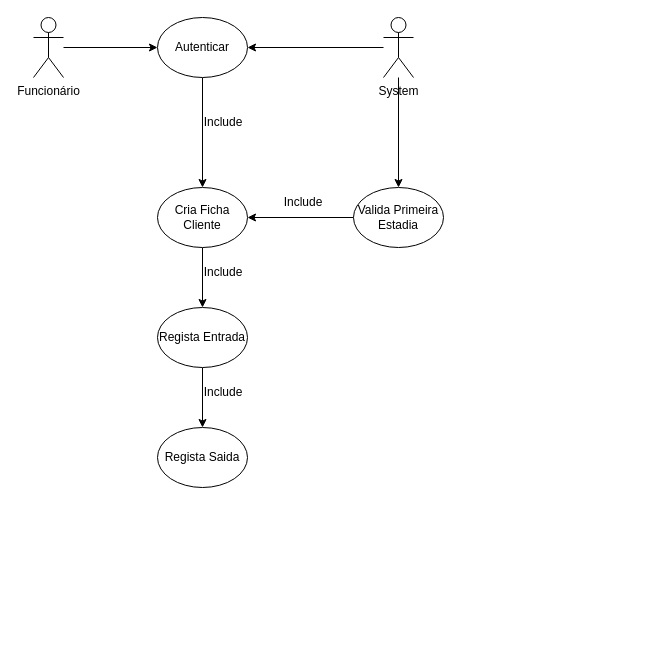
Above: Praticas/pratica3.drawio in joaoabreu1/tpsi-progoo-2074622 (draw.io), before the change. Source tidied: cells renumbered, new cells numbered last; positions are measured from the earlier drawing's top-left corner, leaving out a move shared by most shapes. Both pictures are drawn from the tidied source at 100%, with x=0, y=0 at pixel (33, 17).
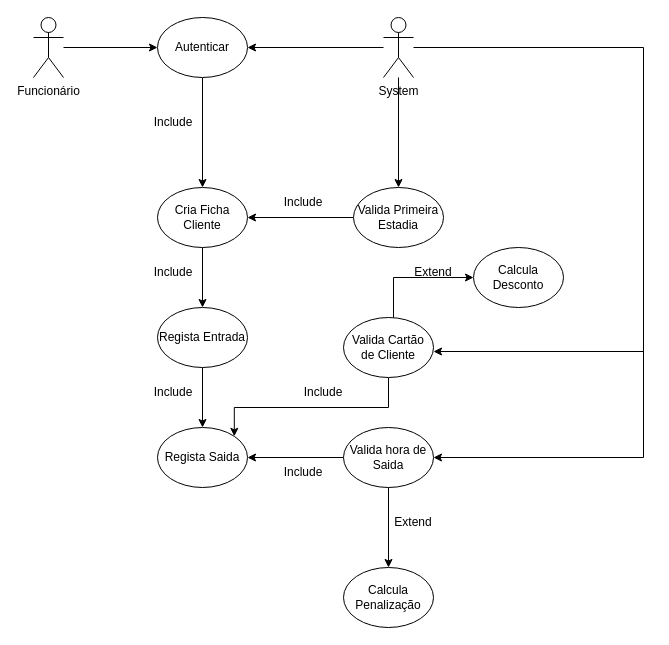
The same page after the edit.

The change refers to these unchanged cells:
```xml
<mxCell id="8" value="System" style="shape=umlActor;verticalLabelPosition=bottom;verticalAlign=top;html=1;outlineConnect=0;" parent="1" vertex="1">
  <mxGeometry x="350" width="30" height="60" as="geometry" />
</mxCell>
<mxCell id="17" value="Regista Saida" style="ellipse;whiteSpace=wrap;html=1;" parent="1" vertex="1">
  <mxGeometry x="124" y="410" width="90" height="60" as="geometry" />
</mxCell>
```

Diff of the diagram source:
```diff
@@
     <mxCell id="14" value="Include" style="text;html=1;align=center;verticalAlign=middle;whiteSpace=wrap;rounded=0;" parent="1" vertex="1">
-      <mxGeometry x="160" y="90" width="60" height="30" as="geometry" />
+      <mxGeometry x="110" y="90" width="60" height="30" as="geometry" />
     </mxCell>
@@
     <mxCell id="18" value="Include" style="text;html=1;align=center;verticalAlign=middle;whiteSpace=wrap;rounded=0;" parent="1" vertex="1">
-      <mxGeometry x="160" y="240" width="60" height="30" as="geometry" />
+      <mxGeometry x="110" y="240" width="60" height="30" as="geometry" />
     </mxCell>
     <mxCell id="19" value="Include" style="text;html=1;align=center;verticalAlign=middle;whiteSpace=wrap;rounded=0;" parent="1" vertex="1">
-      <mxGeometry x="160" y="360" width="60" height="30" as="geometry" />
+      <mxGeometry x="110" y="360" width="60" height="30" as="geometry" />
     </mxCell>
+    <mxCell id="20" style="edgeStyle=orthogonalEdgeStyle;rounded=0;jettySize=auto;html=1;entryX=1;entryY=0.5;entryDx=0;entryDy=0;" parent="1" edge="1" source="22" target="17">
+      <mxGeometry relative="1" as="geometry" />
+    </mxCell>
+    <mxCell id="21" style="edgeStyle=orthogonalEdgeStyle;rounded=0;jettySize=auto;html=1;entryX=0.5;entryY=0;entryDx=0;entryDy=0;" parent="1" edge="1" source="22" target="25">
+      <mxGeometry relative="1" as="geometry" />
+    </mxCell>
+    <mxCell id="22" value="Valida hora de Saida" style="ellipse;whiteSpace=wrap;html=1;" parent="1" vertex="1">
+      <mxGeometry x="310" y="410" width="90" height="60" as="geometry" />
+    </mxCell>
+    <mxCell id="23" style="edgeStyle=orthogonalEdgeStyle;rounded=0;jettySize=auto;html=1;entryX=1;entryY=0.5;entryDx=0;entryDy=0;" parent="1" edge="1" source="8" target="22">
+      <mxGeometry relative="1" as="geometry">
+        <Array as="points">
+          <mxPoint x="610" y="30" />
+          <mxPoint x="610" y="440" />
+        </Array>
+      </mxGeometry>
+    </mxCell>
+    <mxCell id="24" value="Include" style="text;html=1;align=center;verticalAlign=middle;whiteSpace=wrap;rounded=0;" parent="1" vertex="1">
+      <mxGeometry x="240" y="440" width="60" height="30" as="geometry" />
+    </mxCell>
+    <mxCell id="25" value="Calcula Penalização" style="ellipse;whiteSpace=wrap;html=1;" parent="1" vertex="1">
+      <mxGeometry x="310" y="550" width="90" height="60" as="geometry" />
+    </mxCell>
+    <mxCell id="26" value="Extend" style="text;html=1;align=center;verticalAlign=middle;whiteSpace=wrap;rounded=0;" parent="1" vertex="1">
+      <mxGeometry x="350" y="490" width="60" height="30" as="geometry" />
+    </mxCell>
+    <mxCell id="27" style="edgeStyle=orthogonalEdgeStyle;rounded=0;jettySize=auto;html=1;entryX=1;entryY=0;entryDx=0;entryDy=0;" parent="1" edge="1" source="29" target="17">
+      <mxGeometry relative="1" as="geometry">
+        <Array as="points">
+          <mxPoint x="355" y="390" />
+          <mxPoint x="201" y="390" />
+        </Array>
+      </mxGeometry>
+    </mxCell>
+    <mxCell id="28" style="edgeStyle=orthogonalEdgeStyle;rounded=0;jettySize=auto;html=1;entryX=0;entryY=0.5;entryDx=0;entryDy=0;" parent="1" edge="1" source="29" target="32">
+      <mxGeometry relative="1" as="geometry">
+        <Array as="points">
+          <mxPoint x="360" y="260" />
+        </Array>
+      </mxGeometry>
+    </mxCell>
+    <mxCell id="29" value="Valida Cartão de Cliente" style="ellipse;whiteSpace=wrap;html=1;" parent="1" vertex="1">
+      <mxGeometry x="310" y="300" width="90" height="60" as="geometry" />
+    </mxCell>
+    <mxCell id="30" value="Include" style="text;html=1;align=center;verticalAlign=middle;whiteSpace=wrap;rounded=0;" parent="1" vertex="1">
+      <mxGeometry x="260" y="360" width="60" height="30" as="geometry" />
+    </mxCell>
+    <mxCell id="31" style="edgeStyle=orthogonalEdgeStyle;rounded=0;orthogonalLoop=1;jettySize=auto;html=1;entryX=1;entryY=0.5;entryDx=0;entryDy=0;" parent="1" edge="1">
+      <mxGeometry relative="1" as="geometry">
+        <mxPoint x="610" y="334" as="sourcePoint" />
+        <mxPoint x="400" y="334" as="targetPoint" />
+      </mxGeometry>
+    </mxCell>
+    <mxCell id="32" value="Calcula Desconto" style="ellipse;whiteSpace=wrap;html=1;" parent="1" vertex="1">
+      <mxGeometry x="440" y="230" width="90" height="60" as="geometry" />
+    </mxCell>
+    <mxCell id="33" value="Extend" style="text;html=1;align=center;verticalAlign=middle;whiteSpace=wrap;rounded=0;" parent="1" vertex="1">
+      <mxGeometry x="370" y="240" width="60" height="30" as="geometry" />
+    </mxCell>
```
